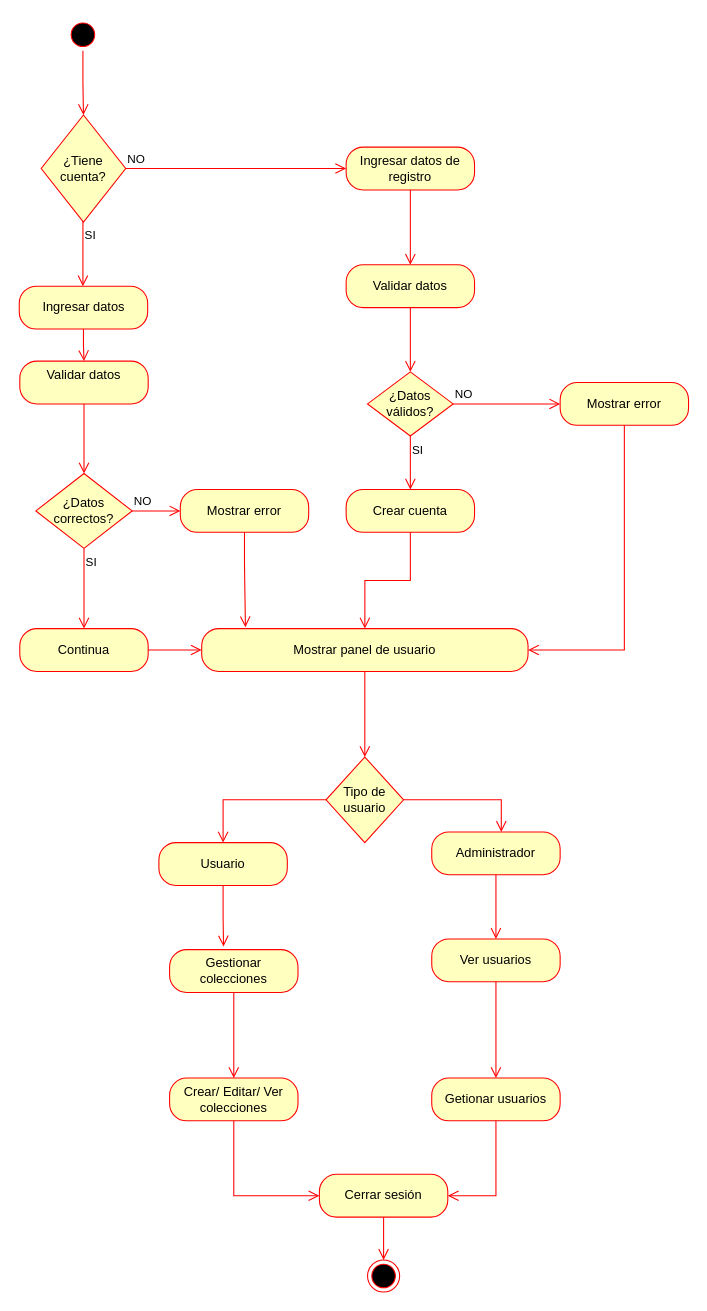
The draw.io diagram Diagrama-Actividades.drawio in alexander01bena/Gestion-de-colecciones, before the edit. Source tidied: cells renumbered, new cells numbered last; positions are measured from the earlier drawing's top-left corner, leaving out a move shared by most shapes. Both pictures are drawn from the tidied source at 107%, with x=0, y=0 at pixel (19, 18).
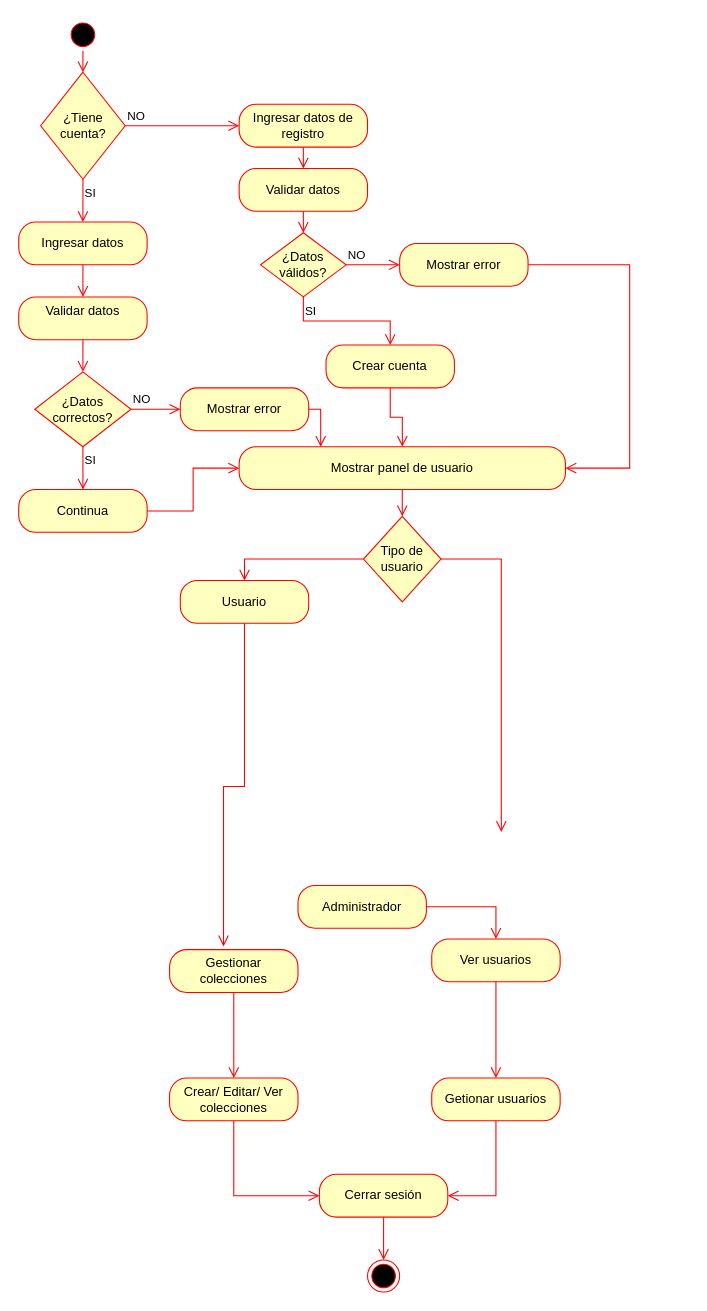
The same page after the edit.

Commit message (it also covers changes not shown here):
Este es nuestro Sprint 0

Diff of the diagram source:
```diff
@@
     <mxCell id="4" value="¿Tiene cuenta?" style="rhombus;whiteSpace=wrap;html=1;fontColor=#000000;fillColor=#ffffc0;strokeColor=#ff0000;" parent="1" vertex="1">
-      <mxGeometry x="20" y="90" width="79" height="100" as="geometry" />
+      <mxGeometry x="19.5" y="50" width="79" height="100" as="geometry" />
     </mxCell>
@@
-    <mxCell id="6" value="SI" style="edgeStyle=orthogonalEdgeStyle;html=1;align=left;verticalAlign=top;endArrow=open;endSize=8;strokeColor=#ff0000;rounded=0;" parent="1" edge="1" source="4">
-      <mxGeometry x="-1" relative="1" as="geometry">
-        <mxPoint x="59" y="250" as="targetPoint" />
-      </mxGeometry>
+    <mxCell id="6" value="SI" style="edgeStyle=orthogonalEdgeStyle;html=1;align=left;verticalAlign=top;endArrow=open;endSize=8;strokeColor=#ff0000;rounded=0;entryX=0.5;entryY=0;entryDx=0;entryDy=0;" parent="1" edge="1" source="4" target="18">
+      <mxGeometry x="-1" relative="1" as="geometry" />
     </mxCell>
     <mxCell id="7" value="Ingresar datos de registro" style="rounded=1;whiteSpace=wrap;html=1;arcSize=40;fontColor=#000000;fillColor=#ffffc0;strokeColor=#ff0000;" parent="1" vertex="1">
-      <mxGeometry x="305" y="120" width="120" height="40" as="geometry" />
+      <mxGeometry x="205" y="80" width="120" height="40" as="geometry" />
     </mxCell>
@@
     <mxCell id="9" value="Validar datos" style="rounded=1;whiteSpace=wrap;html=1;arcSize=40;fontColor=#000000;fillColor=#ffffc0;strokeColor=#ff0000;" parent="1" vertex="1">
-      <mxGeometry x="305" y="230" width="120" height="40" as="geometry" />
+      <mxGeometry x="205" y="140" width="120" height="40" as="geometry" />
     </mxCell>
@@
     <mxCell id="11" value="¿Datos válidos?" style="rhombus;whiteSpace=wrap;html=1;fontColor=#000000;fillColor=#ffffc0;strokeColor=#ff0000;" parent="1" vertex="1">
-      <mxGeometry x="325" y="330" width="80" height="60" as="geometry" />
+      <mxGeometry x="225" y="200" width="80" height="60" as="geometry" />
     </mxCell>
@@
     <mxCell id="14" value="Mostrar error" style="rounded=1;whiteSpace=wrap;html=1;arcSize=40;fontColor=#000000;fillColor=#ffffc0;strokeColor=#ff0000;" parent="1" vertex="1">
-      <mxGeometry x="505" y="340" width="120" height="40" as="geometry" />
+      <mxGeometry x="355" y="210" width="120" height="40" as="geometry" />
     </mxCell>
-    <mxCell id="15" style="edgeStyle=orthogonalEdgeStyle;html=1;verticalAlign=bottom;endArrow=open;endSize=8;strokeColor=#ff0000;rounded=0;entryX=1;entryY=0.5;entryDx=0;entryDy=0;" parent="1" edge="1" source="14" target="29">
+    <mxCell id="15" style="edgeStyle=orthogonalEdgeStyle;html=1;verticalAlign=bottom;endArrow=open;endSize=8;strokeColor=#ff0000;rounded=0;" parent="1" edge="1" source="14" target="29">
       <mxGeometry relative="1" as="geometry">
         <Array as="points">
-          <mxPoint x="565" y="590" />
+          <mxPoint x="570" y="230" />
+          <mxPoint x="570" y="420" />
         </Array>
       </mxGeometry>
     </mxCell>
     <mxCell id="16" value="Crear cuenta" style="rounded=1;whiteSpace=wrap;html=1;arcSize=40;fontColor=#000000;fillColor=#ffffc0;strokeColor=#ff0000;" parent="1" vertex="1">
-      <mxGeometry x="305" y="440" width="120" height="40" as="geometry" />
+      <mxGeometry x="286.2" y="305" width="120" height="40" as="geometry" />
     </mxCell>
@@
     <mxCell id="18" value="Ingresar datos" style="rounded=1;whiteSpace=wrap;html=1;arcSize=40;fontColor=#000000;fillColor=#ffffc0;strokeColor=#ff0000;" parent="1" vertex="1">
-      <mxGeometry x="-0.5" y="250" width="120" height="40" as="geometry" />
+      <mxGeometry x="-1" y="190" width="120" height="40" as="geometry" />
     </mxCell>
@@
     <mxCell id="20" value="¿Datos correctos?" style="rhombus;whiteSpace=wrap;html=1;fontColor=#000000;fillColor=#ffffc0;strokeColor=#ff0000;" parent="1" vertex="1">
-      <mxGeometry x="15" y="425" width="90" height="70" as="geometry" />
+      <mxGeometry x="14" y="330" width="90" height="70" as="geometry" />
     </mxCell>
@@
     <mxCell id="23" value="Validar datos&lt;div&gt;&lt;br&gt;&lt;/div&gt;" style="rounded=1;whiteSpace=wrap;html=1;arcSize=40;fontColor=#000000;fillColor=#ffffc0;strokeColor=#ff0000;" parent="1" vertex="1">
-      <mxGeometry y="320" width="120" height="40" as="geometry" />
+      <mxGeometry x="-1" y="260" width="120" height="40" as="geometry" />
     </mxCell>
@@
     <mxCell id="25" value="Mostrar error" style="rounded=1;whiteSpace=wrap;html=1;arcSize=40;fontColor=#000000;fillColor=#ffffc0;strokeColor=#ff0000;" parent="1" vertex="1">
-      <mxGeometry x="150" y="440" width="120" height="40" as="geometry" />
+      <mxGeometry x="150" y="345" width="120" height="40" as="geometry" />
     </mxCell>
-    <mxCell id="26" style="edgeStyle=orthogonalEdgeStyle;html=1;verticalAlign=bottom;endArrow=open;endSize=8;strokeColor=#ff0000;rounded=0;exitX=0.5;exitY=1;exitDx=0;exitDy=0;entryX=0.134;entryY=-0.033;entryDx=0;entryDy=0;entryPerimeter=0;" parent="1" edge="1" source="25" target="29">
-      <mxGeometry relative="1" as="geometry">
-        <Array as="points">
-          <mxPoint x="210" y="510" />
-        </Array>
-      </mxGeometry>
-    </mxCell>
     <mxCell id="27" value="Continua" style="rounded=1;whiteSpace=wrap;html=1;arcSize=40;fontColor=#000000;fillColor=#ffffc0;strokeColor=#ff0000;" parent="1" vertex="1">
-      <mxGeometry y="570" width="120" height="40" as="geometry" />
+      <mxGeometry x="-1" y="440" width="120" height="40" as="geometry" />
     </mxCell>
@@
     <mxCell id="29" value="Mostrar panel de usuario" style="rounded=1;whiteSpace=wrap;html=1;arcSize=40;fontColor=#000000;fillColor=#ffffc0;strokeColor=#ff0000;" parent="1" vertex="1">
-      <mxGeometry x="170" y="570" width="305" height="40" as="geometry" />
+      <mxGeometry x="205" y="400" width="305" height="40" as="geometry" />
     </mxCell>
@@
     <mxCell id="31" value="Tipo de usuario" style="rhombus;whiteSpace=wrap;html=1;fontColor=#000000;fillColor=#ffffc0;strokeColor=#ff0000;" parent="1" vertex="1">
-      <mxGeometry x="286.2" y="690" width="72.5" height="80" as="geometry" />
+      <mxGeometry x="321.2" y="465" width="72.5" height="80" as="geometry" />
     </mxCell>
     <mxCell id="32" style="edgeStyle=orthogonalEdgeStyle;html=1;verticalAlign=bottom;endArrow=open;endSize=8;strokeColor=#ff0000;rounded=0;exitX=1;exitY=0.5;exitDx=0;exitDy=0;" parent="1" edge="1" source="31">
       <mxGeometry relative="1" as="geometry">
         <mxPoint x="450" y="760" as="targetPoint" />
         <Array as="points">
-          <mxPoint x="450" y="730" />
+          <mxPoint x="450" y="505" />
         </Array>
       </mxGeometry>
     </mxCell>
     <mxCell id="33" style="edgeStyle=orthogonalEdgeStyle;html=1;verticalAlign=bottom;endArrow=open;endSize=8;strokeColor=#ff0000;rounded=0;exitX=0;exitY=0.5;exitDx=0;exitDy=0;entryX=0.5;entryY=0;entryDx=0;entryDy=0;" parent="1" edge="1" source="31" target="34">
       <mxGeometry relative="1" as="geometry">
         <Array as="points">
-          <mxPoint x="190" y="730" />
+          <mxPoint x="210" y="505" />
         </Array>
       </mxGeometry>
     </mxCell>
     <mxCell id="34" value="Usuario" style="rounded=1;whiteSpace=wrap;html=1;arcSize=40;fontColor=#000000;fillColor=#ffffc0;strokeColor=#ff0000;" parent="1" vertex="1">
-      <mxGeometry x="130" y="770" width="120" height="40" as="geometry" />
+      <mxGeometry x="150" y="525" width="120" height="40" as="geometry" />
     </mxCell>
@@
     <mxCell id="36" value="Administrador" style="rounded=1;whiteSpace=wrap;html=1;arcSize=40;fontColor=#000000;fillColor=#ffffc0;strokeColor=#ff0000;" parent="1" vertex="1">
-      <mxGeometry x="385" y="760" width="120" height="40" as="geometry" />
+      <mxGeometry x="260" y="810" width="120" height="40" as="geometry" />
     </mxCell>
@@
+    <mxCell id="26" style="edgeStyle=orthogonalEdgeStyle;html=1;verticalAlign=bottom;endArrow=open;endSize=8;strokeColor=#ff0000;rounded=0;entryX=0.25;entryY=0;entryDx=0;entryDy=0;exitX=1;exitY=0.5;exitDx=0;exitDy=0;" parent="1" edge="1" source="25" target="29">
+      <mxGeometry relative="1" as="geometry" />
+    </mxCell>
```
